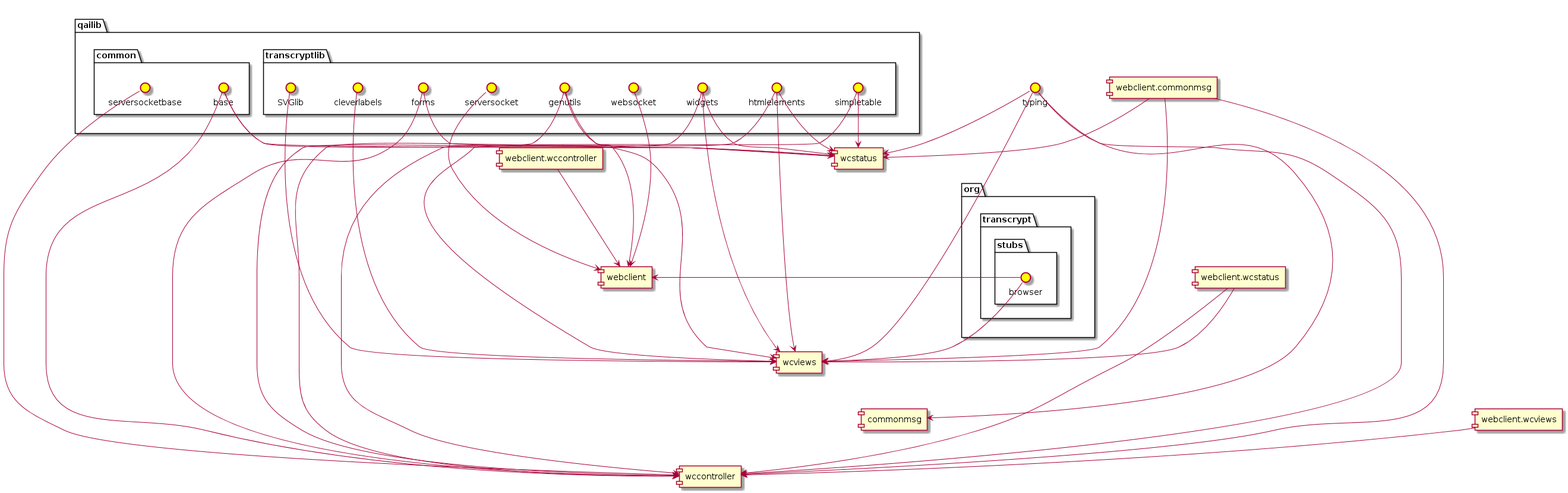
This is stocky-devel/stocky/docs/source/uml_images/wcoverview.png from cfe-lab/stocky, a PlantUML export, as it was before one commit. Source of this version:
```plantuml
@startuml
component [wccontroller] as wccontroller
component [wcviews] as wcviews
component [wcstatus] as wcstatus
component [webclient] as webclient
component [commonmsg] as commonmsg
package "org" {
package "transcrypt" {
package "stubs" {
interface browser as org.transcrypt.stubs.browser #Yellow
}
}
}
interface typing as typing #Yellow
package "qailib" {
package "common" {
interface base as qailib.common.base #Yellow
interface serversocketbase as qailib.common.serversocketbase #Yellow
}
package "transcryptlib" {
interface widgets as qailib.transcryptlib.widgets #Yellow
interface htmlelements as qailib.transcryptlib.htmlelements #Yellow
interface genutils as qailib.transcryptlib.genutils #Yellow
interface forms as qailib.transcryptlib.forms #Yellow
interface simpletable as qailib.transcryptlib.simpletable #Yellow
interface SVGlib as qailib.transcryptlib.SVGlib #Yellow
interface cleverlabels as qailib.transcryptlib.cleverlabels #Yellow
interface websocket as qailib.transcryptlib.websocket #Yellow
interface serversocket as qailib.transcryptlib.serversocket #Yellow
}
}
[qailib.common.base] --> [wcstatus]
[typing] --> [wcstatus]
[qailib.transcryptlib.widgets] --> [wcstatus]
[webclient.commonmsg] --> [wcstatus]
[qailib.transcryptlib.htmlelements] --> [wcstatus]
[qailib.transcryptlib.genutils] --> [wcstatus]
[qailib.transcryptlib.forms] --> [wcstatus]
[qailib.transcryptlib.simpletable] --> [wcstatus]
[org.transcrypt.stubs.browser] --> [webclient]
[qailib.transcryptlib.websocket] --> [webclient]
[qailib.transcryptlib.genutils] --> [webclient]
[webclient.wccontroller] --> [webclient]
[qailib.transcryptlib.serversocket] --> [webclient]
[qailib.transcryptlib.SVGlib] --> [wcviews]
[qailib.common.base] --> [wcviews]
[typing] --> [wcviews]
[qailib.transcryptlib.widgets] --> [wcviews]
[org.transcrypt.stubs.browser] --> [wcviews]
[qailib.transcryptlib.cleverlabels] --> [wcviews]
[webclient.commonmsg] --> [wcviews]
[webclient.wcstatus] --> [wcviews]
[qailib.transcryptlib.htmlelements] --> [wcviews]
[qailib.transcryptlib.simpletable] --> [wcviews]
[typing] --> [commonmsg]
[qailib.common.base] --> [wccontroller]
[typing] --> [wccontroller]
[qailib.transcryptlib.widgets] --> [wccontroller]
[webclient.commonmsg] --> [wccontroller]
[qailib.common.serversocketbase] --> [wccontroller]
[webclient.wcstatus] --> [wccontroller]
[qailib.transcryptlib.htmlelements] --> [wccontroller]
[qailib.transcryptlib.genutils] --> [wccontroller]
[qailib.transcryptlib.forms] --> [wccontroller]
[webclient.wcviews] --> [wccontroller]
wcstatus -[hidden]- qailib
wcstatus -[hidden]- webclient
wcstatus -[hidden]- wcviews
wcstatus -[hidden]- org
wcstatus -[hidden]- commonmsg
wcstatus -[hidden]- wccontroller
qailib -[hidden]- webclient
qailib -[hidden]- wcviews
qailib -[hidden]- org
qailib -[hidden]- commonmsg
qailib -[hidden]- wccontroller
webclient -[hidden]- wcviews
webclient -[hidden]- org
webclient -[hidden]- commonmsg
webclient -[hidden]- wccontroller
wcviews -[hidden]- org
wcviews -[hidden]- commonmsg
wcviews -[hidden]- wccontroller
org -[hidden]- commonmsg
org -[hidden]- wccontroller
commonmsg -[hidden]- wccontroller
@enduml
```
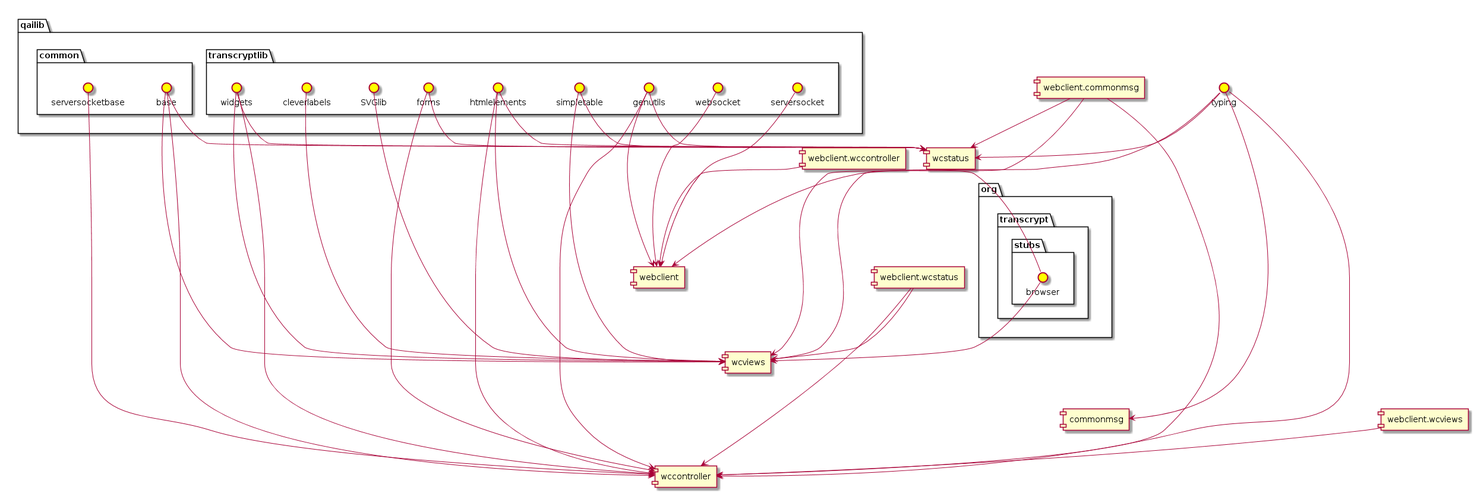
Later version of the same file.

Diff of the diagram source:
```diff
@@ -13,56 +13,56 @@
 }
 interface typing as typing #Yellow
 package "qailib" {
+package "transcryptlib" {
+interface forms as qailib.transcryptlib.forms #Yellow
+interface genutils as qailib.transcryptlib.genutils #Yellow
+interface htmlelements as qailib.transcryptlib.htmlelements #Yellow
+interface widgets as qailib.transcryptlib.widgets #Yellow
+interface simpletable as qailib.transcryptlib.simpletable #Yellow
+interface cleverlabels as qailib.transcryptlib.cleverlabels #Yellow
+interface SVGlib as qailib.transcryptlib.SVGlib #Yellow
+interface websocket as qailib.transcryptlib.websocket #Yellow
+interface serversocket as qailib.transcryptlib.serversocket #Yellow
+}
 package "common" {
 interface base as qailib.common.base #Yellow
 interface serversocketbase as qailib.common.serversocketbase #Yellow
 }
-package "transcryptlib" {
-interface widgets as qailib.transcryptlib.widgets #Yellow
-interface htmlelements as qailib.transcryptlib.htmlelements #Yellow
-interface genutils as qailib.transcryptlib.genutils #Yellow
-interface forms as qailib.transcryptlib.forms #Yellow
-interface simpletable as qailib.transcryptlib.simpletable #Yellow
-interface SVGlib as qailib.transcryptlib.SVGlib #Yellow
-interface cleverlabels as qailib.transcryptlib.cleverlabels #Yellow
-interface websocket as qailib.transcryptlib.websocket #Yellow
-interface serversocket as qailib.transcryptlib.serversocket #Yellow
 }
-}
-[qailib.common.base] --> [wcstatus]
+[qailib.transcryptlib.forms] --> [wcstatus]
 [typing] --> [wcstatus]
+[qailib.transcryptlib.genutils] --> [wcstatus]
+[qailib.transcryptlib.htmlelements] --> [wcstatus]
 [qailib.transcryptlib.widgets] --> [wcstatus]
 [webclient.commonmsg] --> [wcstatus]
-[qailib.transcryptlib.htmlelements] --> [wcstatus]
-[qailib.transcryptlib.genutils] --> [wcstatus]
-[qailib.transcryptlib.forms] --> [wcstatus]
 [qailib.transcryptlib.simpletable] --> [wcstatus]
+[qailib.common.base] --> [wcstatus]
+[qailib.transcryptlib.websocket] --> [webclient]
 [org.transcrypt.stubs.browser] --> [webclient]
-[qailib.transcryptlib.websocket] --> [webclient]
 [qailib.transcryptlib.genutils] --> [webclient]
+[qailib.transcryptlib.serversocket] --> [webclient]
 [webclient.wccontroller] --> [webclient]
-[qailib.transcryptlib.serversocket] --> [webclient]
+[org.transcrypt.stubs.browser] --> [wcviews]
+[typing] --> [wcviews]
+[qailib.transcryptlib.htmlelements] --> [wcviews]
+[qailib.transcryptlib.cleverlabels] --> [wcviews]
 [qailib.transcryptlib.SVGlib] --> [wcviews]
+[qailib.transcryptlib.widgets] --> [wcviews]
+[webclient.commonmsg] --> [wcviews]
+[qailib.transcryptlib.simpletable] --> [wcviews]
+[webclient.wcstatus] --> [wcviews]
 [qailib.common.base] --> [wcviews]
-[typing] --> [wcviews]
-[qailib.transcryptlib.widgets] --> [wcviews]
-[org.transcrypt.stubs.browser] --> [wcviews]
-[qailib.transcryptlib.cleverlabels] --> [wcviews]
-[webclient.commonmsg] --> [wcviews]
-[webclient.wcstatus] --> [wcviews]
-[qailib.transcryptlib.htmlelements] --> [wcviews]
-[qailib.transcryptlib.simpletable] --> [wcviews]
 [typing] --> [commonmsg]
-[qailib.common.base] --> [wccontroller]
+[qailib.transcryptlib.forms] --> [wccontroller]
 [typing] --> [wccontroller]
+[qailib.transcryptlib.genutils] --> [wccontroller]
+[qailib.transcryptlib.htmlelements] --> [wccontroller]
 [qailib.transcryptlib.widgets] --> [wccontroller]
 [webclient.commonmsg] --> [wccontroller]
+[webclient.wcviews] --> [wccontroller]
+[webclient.wcstatus] --> [wccontroller]
+[qailib.common.base] --> [wccontroller]
 [qailib.common.serversocketbase] --> [wccontroller]
-[webclient.wcstatus] --> [wccontroller]
-[qailib.transcryptlib.htmlelements] --> [wccontroller]
-[qailib.transcryptlib.genutils] --> [wccontroller]
-[qailib.transcryptlib.forms] --> [wccontroller]
-[webclient.wcviews] --> [wccontroller]
 wcstatus -[hidden]- qailib
 wcstatus -[hidden]- webclient
 wcstatus -[hidden]- wcviews
```
